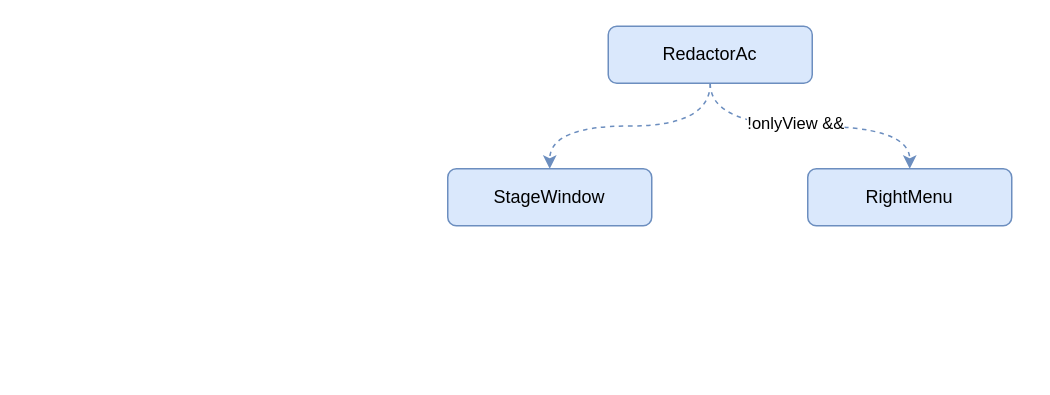
Before: page "Схема компонентов" (1 of 4) of Редактор сетей.drawio in orlov-oleg-developer/asuter-UML, a draw.io diagram. Source tidied: cells renumbered, new cells numbered last; positions are measured from the earlier drawing's top-left corner, leaving out a move shared by most shapes. Both pictures are drawn from the tidied source at 150%, with x=0, y=0 at pixel (447, 26).
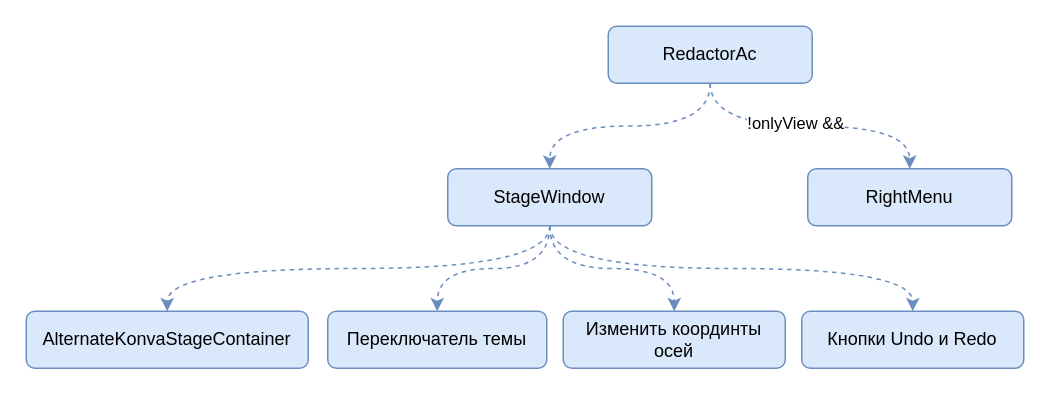
After the change.

Diff of the diagram source:
```diff
@@
 <mxGraphModel>
   <root>
     <mxCell id="0" />
     <mxCell id="1" parent="0" />
     <mxCell id="2" style="edgeStyle=orthogonalEdgeStyle;rounded=0;jettySize=auto;html=1;entryX=0.5;entryY=0;entryDx=0;entryDy=0;dashed=1;curved=1;fillColor=#dae8fc;strokeColor=#6c8ebf;" parent="1" edge="1" source="5" target="6">
       <mxGeometry relative="1" as="geometry" />
     </mxCell>
     <mxCell id="3" style="edgeStyle=orthogonalEdgeStyle;shape=connector;curved=1;rounded=0;jettySize=auto;html=1;entryX=0.5;entryY=0;entryDx=0;entryDy=0;dashed=1;labelBackgroundColor=default;strokeColor=#6c8ebf;align=center;verticalAlign=middle;fontFamily=Helvetica;fontSize=11;fontColor=default;endArrow=classic;fillColor=#dae8fc;" parent="1" edge="1" source="5" target="7">
       <mxGeometry relative="1" as="geometry" />
     </mxCell>
     <mxCell id="4" value="!onlyView &amp;amp;&amp;amp;" style="edgeLabel;html=1;align=center;verticalAlign=middle;fontSize=11;fontFamily=Helvetica;fontColor=default;" parent="3" vertex="1">
       <mxGeometry x="-0.11" y="2" relative="1" as="geometry" />
     </mxCell>
     <mxCell id="5" value="RedactorAc" style="rounded=1;whiteSpace=wrap;html=1;glass=0;fillColor=#dae8fc;strokeColor=#6c8ebf;" parent="1" vertex="1">
       <mxGeometry x="107" width="136" height="38" as="geometry" />
     </mxCell>
+    <mxCell id="8" style="edgeStyle=orthogonalEdgeStyle;shape=connector;curved=1;rounded=0;jettySize=auto;html=1;entryX=0.5;entryY=0;entryDx=0;entryDy=0;dashed=1;labelBackgroundColor=default;strokeColor=#6c8ebf;align=center;verticalAlign=middle;fontFamily=Helvetica;fontSize=11;fontColor=default;endArrow=classic;fillColor=#dae8fc;exitX=0.5;exitY=1;exitDx=0;exitDy=0;" parent="1" edge="1" source="6" target="12">
+      <mxGeometry relative="1" as="geometry" />
+    </mxCell>
+    <mxCell id="9" style="edgeStyle=orthogonalEdgeStyle;shape=connector;curved=1;rounded=0;jettySize=auto;html=1;entryX=0.5;entryY=0;entryDx=0;entryDy=0;dashed=1;labelBackgroundColor=default;strokeColor=#6c8ebf;align=center;verticalAlign=middle;fontFamily=Helvetica;fontSize=11;fontColor=default;endArrow=classic;fillColor=#dae8fc;" parent="1" edge="1" source="6" target="13">
+      <mxGeometry relative="1" as="geometry" />
+    </mxCell>
+    <mxCell id="10" style="edgeStyle=orthogonalEdgeStyle;shape=connector;curved=1;rounded=0;jettySize=auto;html=1;entryX=0.5;entryY=0;entryDx=0;entryDy=0;dashed=1;labelBackgroundColor=default;strokeColor=#6c8ebf;align=center;verticalAlign=middle;fontFamily=Helvetica;fontSize=11;fontColor=default;endArrow=classic;fillColor=#dae8fc;exitX=0.5;exitY=1;exitDx=0;exitDy=0;" parent="1" edge="1" source="6" target="14">
+      <mxGeometry relative="1" as="geometry" />
+    </mxCell>
+    <mxCell id="11" style="edgeStyle=orthogonalEdgeStyle;shape=connector;curved=1;rounded=0;jettySize=auto;html=1;entryX=0.5;entryY=0;entryDx=0;entryDy=0;dashed=1;labelBackgroundColor=default;strokeColor=#6c8ebf;align=center;verticalAlign=middle;fontFamily=Helvetica;fontSize=11;fontColor=default;endArrow=classic;fillColor=#dae8fc;exitX=0.5;exitY=1;exitDx=0;exitDy=0;" parent="1" edge="1" source="6" target="15">
+      <mxGeometry relative="1" as="geometry" />
+    </mxCell>
     <mxCell id="6" value="StageWindow" style="rounded=1;whiteSpace=wrap;html=1;glass=0;fillColor=#dae8fc;strokeColor=#6c8ebf;" parent="1" vertex="1">
       <mxGeometry y="95" width="136" height="38" as="geometry" />
     </mxCell>
     <mxCell id="7" value="RightMenu" style="rounded=1;whiteSpace=wrap;html=1;glass=0;fillColor=#dae8fc;strokeColor=#6c8ebf;" parent="1" vertex="1">
       <mxGeometry x="240" y="95" width="136" height="38" as="geometry" />
     </mxCell>
+    <mxCell id="12" value="AlternateKonvaStageContainer" style="rounded=1;whiteSpace=wrap;html=1;glass=0;fillColor=#dae8fc;strokeColor=#6c8ebf;" parent="1" vertex="1">
+      <mxGeometry x="-281" y="190" width="188" height="38" as="geometry" />
+    </mxCell>
+    <mxCell id="13" value="Переключатель темы" style="rounded=1;whiteSpace=wrap;html=1;glass=0;fillColor=#dae8fc;strokeColor=#6c8ebf;" parent="1" vertex="1">
+      <mxGeometry x="-80" y="190" width="146" height="38" as="geometry" />
+    </mxCell>
+    <mxCell id="14" value="Изменить координты осей" style="rounded=1;whiteSpace=wrap;html=1;glass=0;fillColor=#dae8fc;strokeColor=#6c8ebf;" parent="1" vertex="1">
+      <mxGeometry x="77" y="190" width="148" height="38" as="geometry" />
+    </mxCell>
+    <mxCell id="15" value="Кнопки Undo и Redo" style="rounded=1;whiteSpace=wrap;html=1;glass=0;fillColor=#dae8fc;strokeColor=#6c8ebf;" parent="1" vertex="1">
+      <mxGeometry x="236" y="190" width="148" height="38" as="geometry" />
+    </mxCell>
   </root>
 </mxGraphModel>
```
